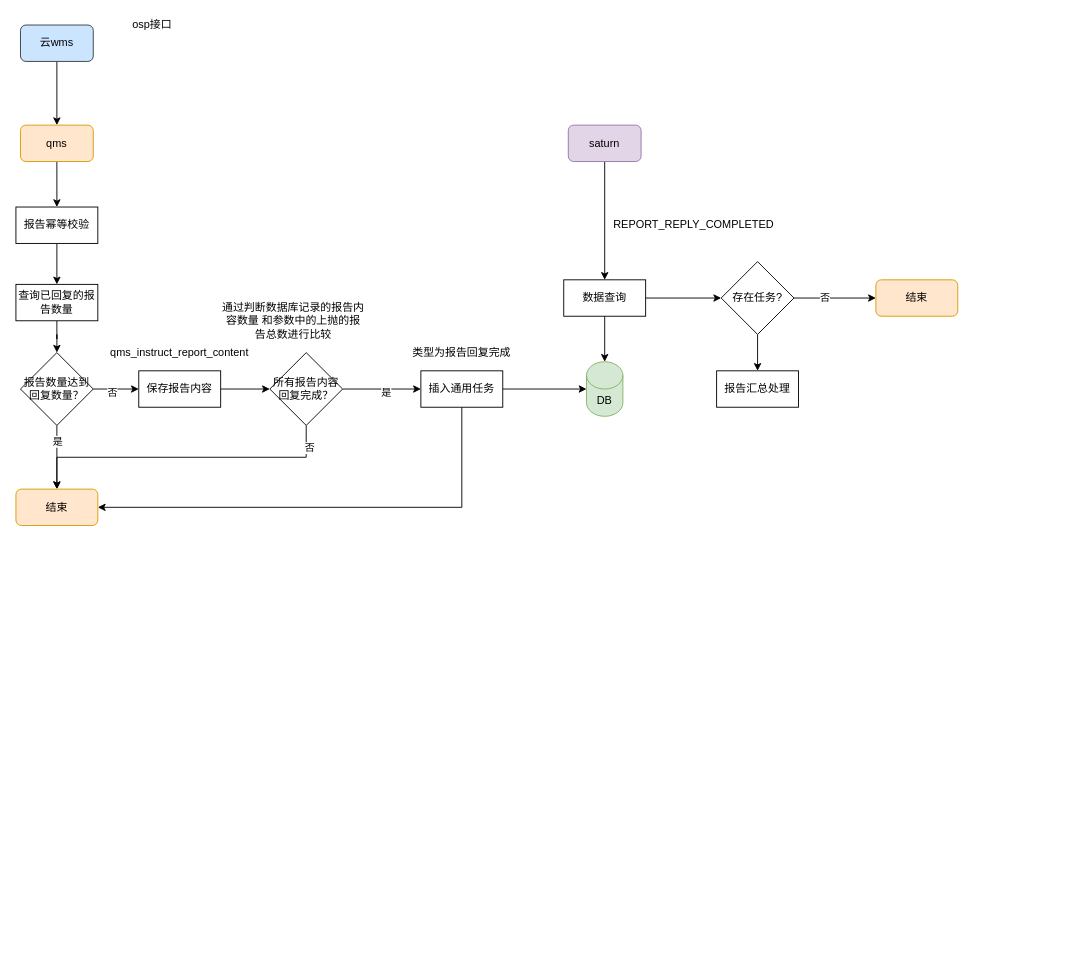
Earlier version of the draw.io diagram page "来货严格质检报告回复处理" (10 of 10) of 创建指令计划.drawio (vvhard/draw_io). Source tidied: cells renumbered, new cells numbered last; positions are measured from the earlier drawing's top-left corner, leaving out a move shared by most shapes. Both pictures are drawn from the tidied source at 91%, with x=0, y=0 at pixel (15, 15).
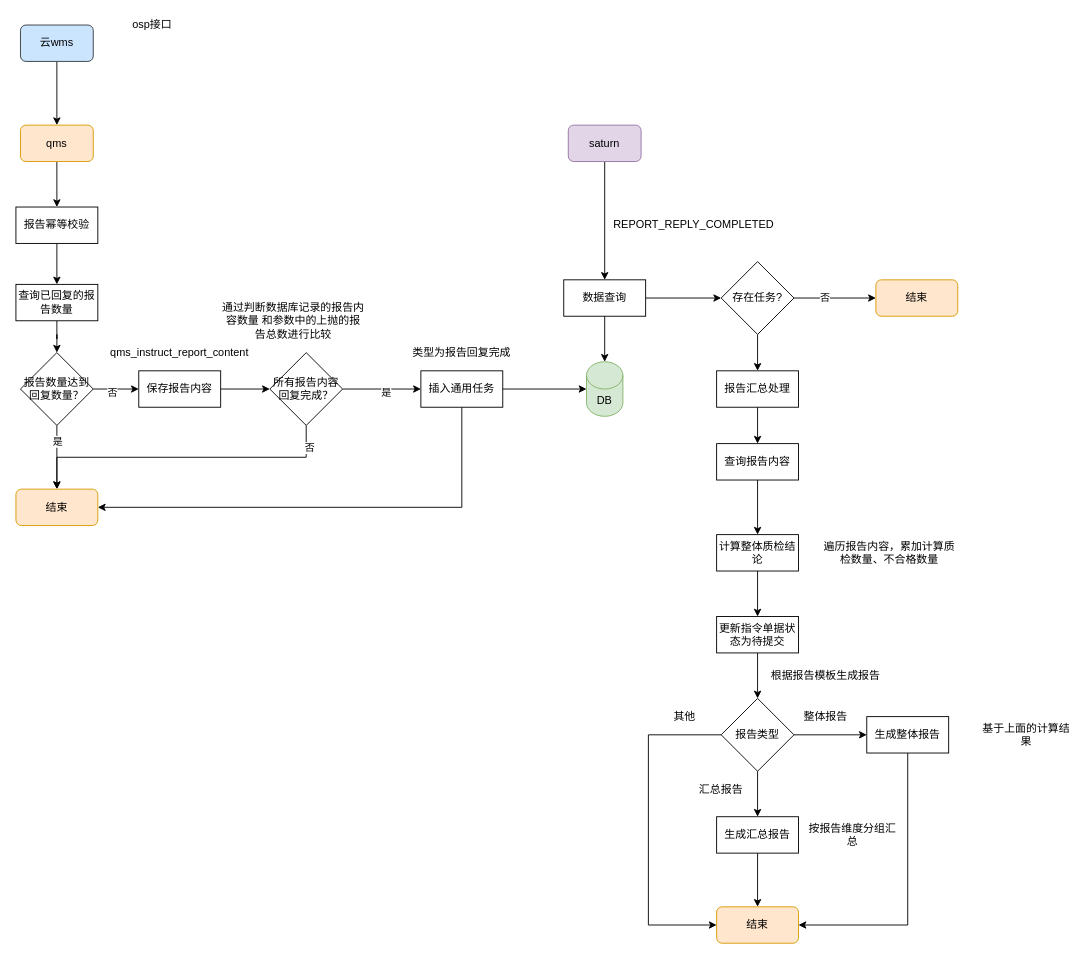
The same page after the edit.

Commit message:
更新创建指令计划.drawio

The change refers to these unchanged cells:
```xml
<mxCell id="42" value="报告汇总处理" style="rounded=0;whiteSpace=wrap;html=1;" parent="1" vertex="1">
  <mxGeometry x="770" y="390" width="90" height="40" as="geometry" />
</mxCell>
```

Change to the diagram source:
```diff
@@
+    <mxCell id="43" style="edgeStyle=orthogonalEdgeStyle;rounded=0;jettySize=auto;html=1;" parent="1" edge="1" source="42" target="45">
+      <mxGeometry relative="1" as="geometry" />
+    </mxCell>
@@
+    <mxCell id="44" style="edgeStyle=orthogonalEdgeStyle;rounded=0;jettySize=auto;html=1;entryX=0.5;entryY=0;entryDx=0;entryDy=0;" parent="1" edge="1" source="45" target="48">
+      <mxGeometry relative="1" as="geometry" />
+    </mxCell>
+    <mxCell id="45" value="查询报告内容" style="rounded=0;whiteSpace=wrap;html=1;" parent="1" vertex="1">
+      <mxGeometry x="770" y="470" width="90" height="40" as="geometry" />
+    </mxCell>
+    <mxCell id="46" value="遍历报告内容，累加计算质检数量、不合格数量" style="text;html=1;strokeColor=none;fillColor=none;align=center;verticalAlign=middle;whiteSpace=wrap;rounded=0;" parent="1" vertex="1">
+      <mxGeometry x="885" y="555" width="150" height="70" as="geometry" />
+    </mxCell>
+    <mxCell id="47" style="edgeStyle=orthogonalEdgeStyle;rounded=0;jettySize=auto;html=1;" parent="1" edge="1" source="48" target="50">
+      <mxGeometry relative="1" as="geometry" />
+    </mxCell>
+    <mxCell id="48" value="计算整体质检结论" style="rounded=0;whiteSpace=wrap;html=1;" parent="1" vertex="1">
+      <mxGeometry x="770" y="570" width="90" height="40" as="geometry" />
+    </mxCell>
+    <mxCell id="49" style="edgeStyle=orthogonalEdgeStyle;rounded=0;jettySize=auto;html=1;" parent="1" edge="1" source="50" target="54">
+      <mxGeometry relative="1" as="geometry" />
+    </mxCell>
+    <mxCell id="50" value="更新指令单据状态为待提交" style="rounded=0;whiteSpace=wrap;html=1;" parent="1" vertex="1">
+      <mxGeometry x="770" y="660" width="90" height="40" as="geometry" />
+    </mxCell>
+    <mxCell id="51" style="edgeStyle=orthogonalEdgeStyle;rounded=0;jettySize=auto;html=1;" parent="1" edge="1" source="54" target="57">
+      <mxGeometry relative="1" as="geometry" />
+    </mxCell>
+    <mxCell id="52" style="edgeStyle=orthogonalEdgeStyle;rounded=0;jettySize=auto;html=1;entryX=0.5;entryY=0;entryDx=0;entryDy=0;" parent="1" edge="1" source="54" target="59">
+      <mxGeometry relative="1" as="geometry" />
+    </mxCell>
+    <mxCell id="53" style="edgeStyle=orthogonalEdgeStyle;rounded=0;jettySize=auto;html=1;entryX=0;entryY=0.5;entryDx=0;entryDy=0;exitX=0;exitY=0.5;exitDx=0;exitDy=0;" parent="1" edge="1" source="54" target="62">
+      <mxGeometry relative="1" as="geometry">
+        <Array as="points">
+          <mxPoint x="695" y="790" />
+          <mxPoint x="695" y="999" />
+        </Array>
+      </mxGeometry>
+    </mxCell>
+    <mxCell id="54" value="报告类型" style="rhombus;whiteSpace=wrap;html=1;" parent="1" vertex="1">
+      <mxGeometry x="775" y="750" width="80" height="80" as="geometry" />
+    </mxCell>
+    <mxCell id="55" value="根据报告模板生成报告" style="text;html=1;strokeColor=none;fillColor=none;align=center;verticalAlign=middle;whiteSpace=wrap;rounded=0;" parent="1" vertex="1">
+      <mxGeometry x="825" y="710" width="130" height="30" as="geometry" />
+    </mxCell>
+    <mxCell id="56" style="edgeStyle=orthogonalEdgeStyle;rounded=0;jettySize=auto;html=1;entryX=1;entryY=0.5;entryDx=0;entryDy=0;exitX=0.5;exitY=1;exitDx=0;exitDy=0;" parent="1" edge="1" source="57" target="62">
+      <mxGeometry relative="1" as="geometry" />
+    </mxCell>
+    <mxCell id="57" value="生成整体报告" style="rounded=0;whiteSpace=wrap;html=1;" parent="1" vertex="1">
+      <mxGeometry x="935" y="770" width="90" height="40" as="geometry" />
+    </mxCell>
+    <mxCell id="58" style="edgeStyle=orthogonalEdgeStyle;rounded=0;jettySize=auto;html=1;entryX=0.5;entryY=0;entryDx=0;entryDy=0;" parent="1" edge="1" source="59" target="62">
+      <mxGeometry relative="1" as="geometry" />
+    </mxCell>
+    <mxCell id="59" value="生成汇总报告" style="rounded=0;whiteSpace=wrap;html=1;" parent="1" vertex="1">
+      <mxGeometry x="770" y="880" width="90" height="40" as="geometry" />
+    </mxCell>
+    <mxCell id="60" value="整体报告" style="text;html=1;strokeColor=none;fillColor=none;align=center;verticalAlign=middle;whiteSpace=wrap;rounded=0;" parent="1" vertex="1">
+      <mxGeometry x="860" y="760" width="60" height="20" as="geometry" />
+    </mxCell>
+    <mxCell id="61" value="汇总报告" style="text;html=1;strokeColor=none;fillColor=none;align=center;verticalAlign=middle;whiteSpace=wrap;rounded=0;" parent="1" vertex="1">
+      <mxGeometry x="745" y="840" width="60" height="20" as="geometry" />
+    </mxCell>
+    <mxCell id="62" value="结束" style="rounded=1;whiteSpace=wrap;html=1;fillColor=#ffe6cc;strokeColor=#d79b00;" parent="1" vertex="1">
+      <mxGeometry x="770" y="979" width="90" height="40" as="geometry" />
+    </mxCell>
+    <mxCell id="63" value="其他" style="text;html=1;strokeColor=none;fillColor=none;align=center;verticalAlign=middle;whiteSpace=wrap;rounded=0;" parent="1" vertex="1">
+      <mxGeometry x="705" y="760" width="60" height="20" as="geometry" />
+    </mxCell>
+    <mxCell id="64" value="按报告维度分组汇总" style="text;html=1;strokeColor=none;fillColor=none;align=center;verticalAlign=middle;whiteSpace=wrap;rounded=0;" parent="1" vertex="1">
+      <mxGeometry x="865" y="890" width="109" height="20" as="geometry" />
+    </mxCell>
+    <mxCell id="65" value="基于上面的计算结果" style="text;html=1;strokeColor=none;fillColor=none;align=center;verticalAlign=middle;whiteSpace=wrap;rounded=0;" parent="1" vertex="1">
+      <mxGeometry x="1056" y="770" width="109" height="40" as="geometry" />
+    </mxCell>
```
